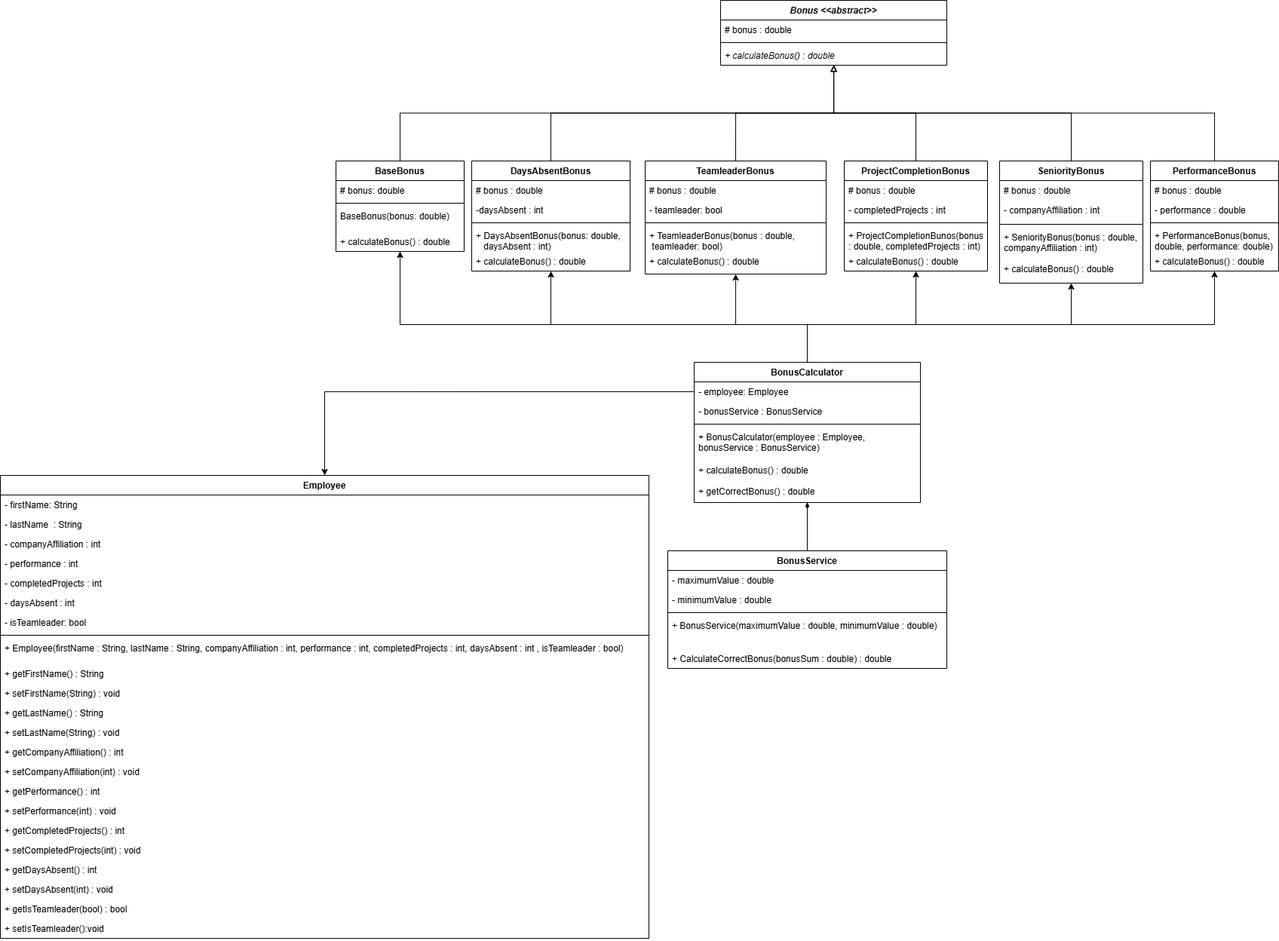
The draw.io diagram DecoratorKlassendiagramm.png in DennisKasch/decorator-pattern-projekt, before a commit. Source tidied: cells renumbered, new cells last; positions are measured from the earlier drawing's top-left corner, leaving out a move shared by most shapes.
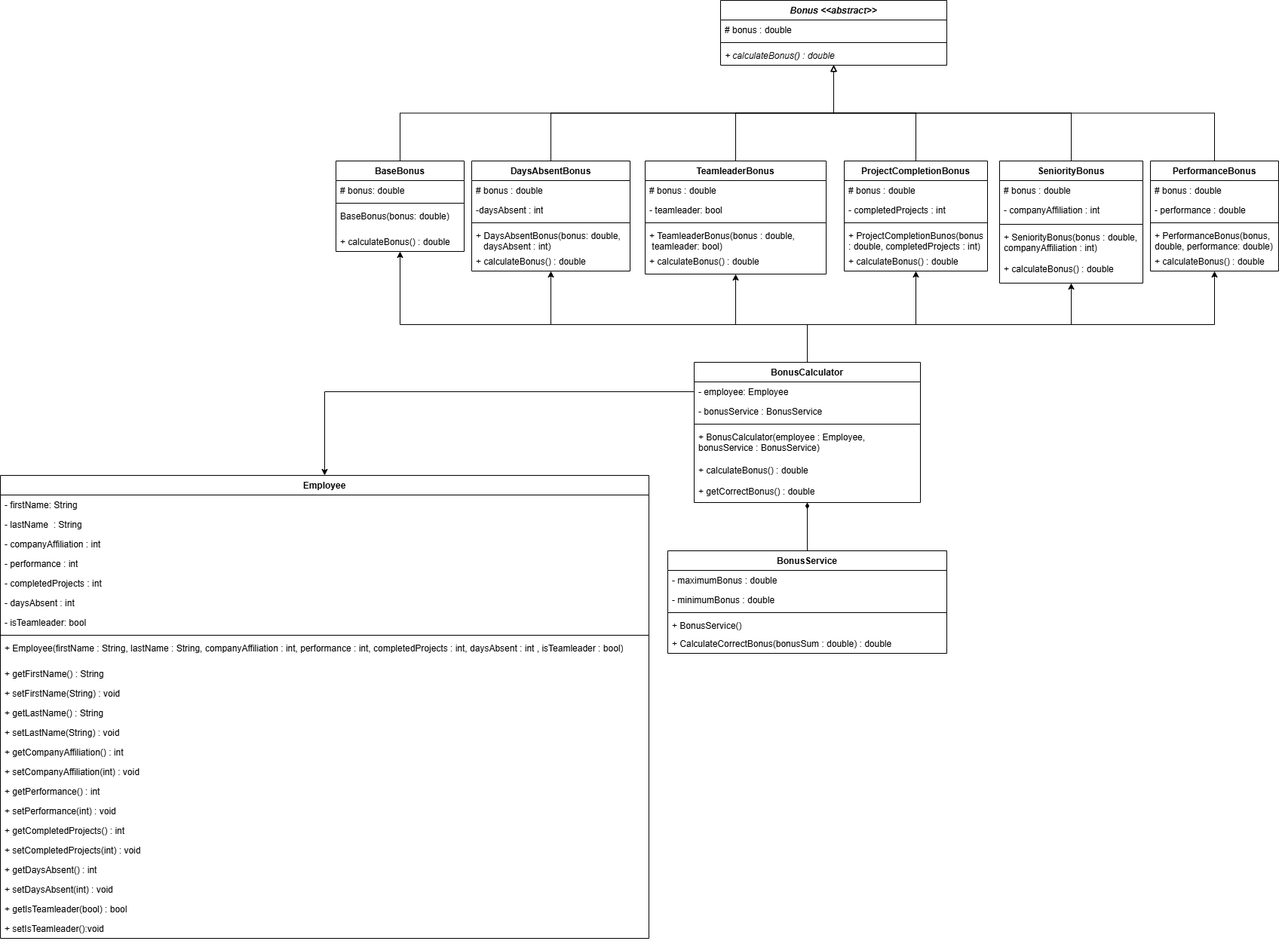
The same file after the commit.

Commit message:
60.3: Refactor BonusService and BonusServiceTest

The edit, as a diff of the source:
```diff
@@ -207,22 +207,22 @@
       <mxGeometry y="120" width="210" height="26" as="geometry" />
     </mxCell>
     <mxCell id="70" value="BonusService" style="swimlane;fontStyle=1;align=center;verticalAlign=top;horizontal=1;startSize=26;whiteSpace=wrap;html=1;" parent="1" vertex="1">
-      <mxGeometry x="885" y="730" width="370" height="156" as="geometry" />
+      <mxGeometry x="885" y="730" width="370" height="136" as="geometry" />
     </mxCell>
-    <mxCell id="71" value="- maximumValue : double" style="text;strokeColor=none;fillColor=none;align=left;verticalAlign=top;spacingLeft=4;spacingRight=4;overflow=hidden;whiteSpace=wrap;html=1;" parent="70" vertex="1">
+    <mxCell id="71" value="- maximumBonus : double" style="text;strokeColor=none;fillColor=none;align=left;verticalAlign=top;spacingLeft=4;spacingRight=4;overflow=hidden;whiteSpace=wrap;html=1;" parent="70" vertex="1">
       <mxGeometry y="26" width="370" height="26" as="geometry" />
     </mxCell>
-    <mxCell id="72" value="- minimumValue : double" style="text;strokeColor=none;fillColor=none;align=left;verticalAlign=top;spacingLeft=4;spacingRight=4;overflow=hidden;whiteSpace=wrap;html=1;" parent="70" vertex="1">
+    <mxCell id="72" value="- minimumBonus : double" style="text;strokeColor=none;fillColor=none;align=left;verticalAlign=top;spacingLeft=4;spacingRight=4;overflow=hidden;whiteSpace=wrap;html=1;" parent="70" vertex="1">
       <mxGeometry y="52" width="370" height="26" as="geometry" />
     </mxCell>
     <mxCell id="73" style="line;strokeWidth=1;fillColor=none;align=left;verticalAlign=middle;spacingTop=-1;spacingLeft=3;spacingRight=3;labelPosition=right;strokeColor=inherit;" parent="70" vertex="1">
       <mxGeometry y="78" width="370" height="8" as="geometry" />
     </mxCell>
-    <mxCell id="74" value="+ BonusService(maximumValue : double, minimumValue : double)" style="text;strokeColor=none;fillColor=none;align=left;verticalAlign=top;spacingLeft=4;spacingRight=4;overflow=hidden;whiteSpace=wrap;html=1;" parent="70" vertex="1">
-      <mxGeometry y="86" width="370" height="44" as="geometry" />
+    <mxCell id="74" value="+ BonusService()" style="text;strokeColor=none;fillColor=none;align=left;verticalAlign=top;spacingLeft=4;spacingRight=4;overflow=hidden;whiteSpace=wrap;html=1;" parent="70" vertex="1">
+      <mxGeometry y="86" width="370" height="24" as="geometry" />
     </mxCell>
     <mxCell id="75" value="+&amp;nbsp;CalculateCorrectBonus(bonusSum : double) : double" style="text;strokeColor=none;fillColor=none;align=left;verticalAlign=top;spacingLeft=4;spacingRight=4;overflow=hidden;whiteSpace=wrap;html=1;" parent="70" vertex="1">
-      <mxGeometry y="130" width="370" height="26" as="geometry" />
+      <mxGeometry y="110" width="370" height="26" as="geometry" />
     </mxCell>
     <mxCell id="76" style="edgeStyle=orthogonalEdgeStyle;rounded=0;jettySize=auto;html=1;exitX=0.5;exitY=0;exitDx=0;exitDy=0;" parent="1" edge="1" source="82" target="31">
       <mxGeometry relative="1" as="geometry">
```
